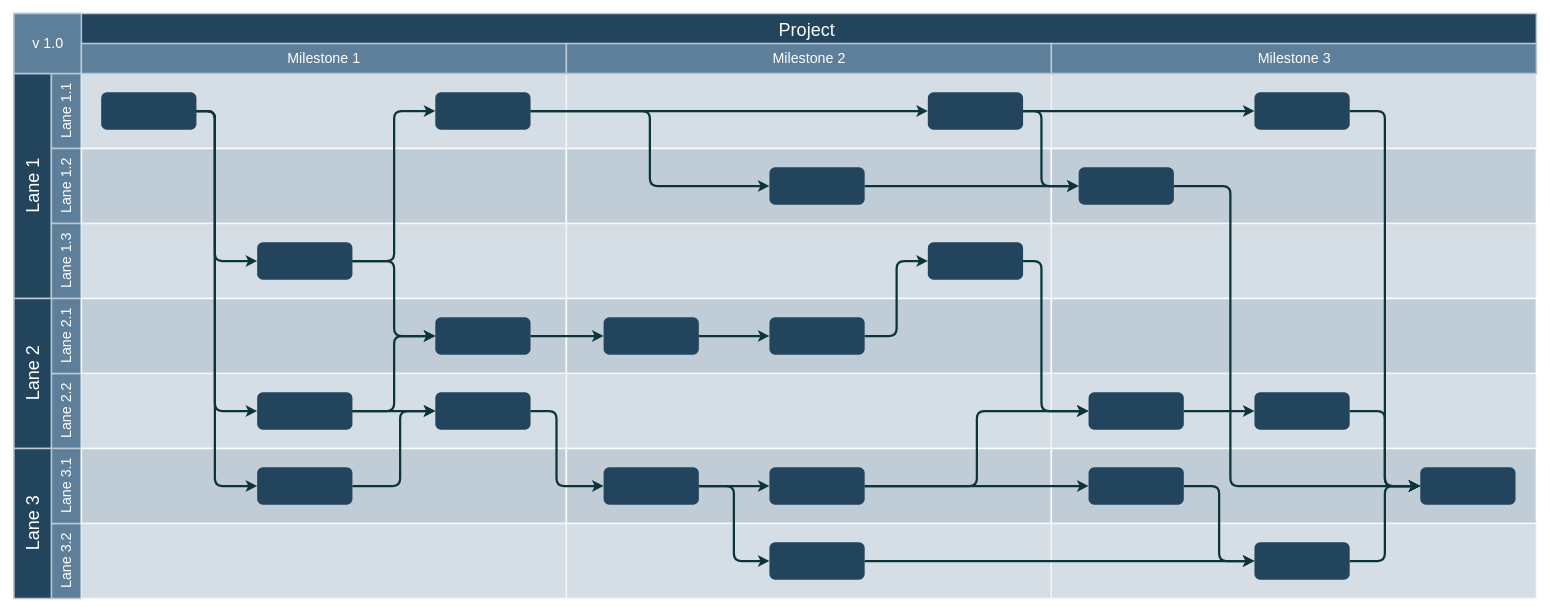
Above: Untitled Diagram.drawio in johnari21/cmsmart_flow (draw.io), before the change. Source tidied: cells renumbered, new cells numbered last; positions are measured from the earlier drawing's top-left corner, leaving out a move shared by most shapes. Both pictures are drawn from the tidied source at 75%, with x=0, y=0 at pixel (14, 13).
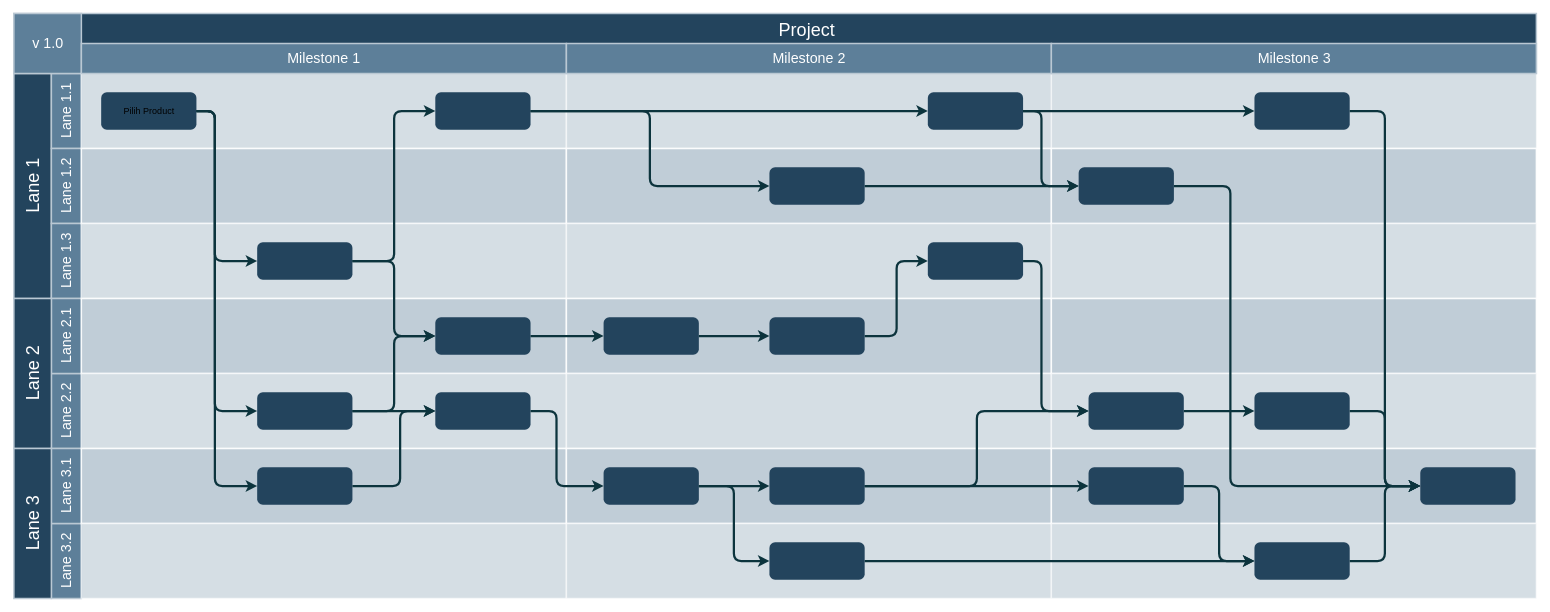
The same diagram, later.

Commit message:
Simple Flow

Diff of the diagram source:
```diff
@@
-    <mxCell id="36" style="rounded=1;fillColor=#23445D;strokeColor=none;strokeWidth=2;fontFamily=Helvetica;html=1;gradientColor=none;" parent="1" vertex="1">
+    <mxCell id="36" value="Pilih Product" style="rounded=1;fillColor=#23445D;strokeColor=none;strokeWidth=2;fontFamily=Helvetica;html=1;gradientColor=none;" parent="1" vertex="1">
       <mxGeometry x="116.4" y="105.5" width="127" height="50" as="geometry" />
     </mxCell>
```
